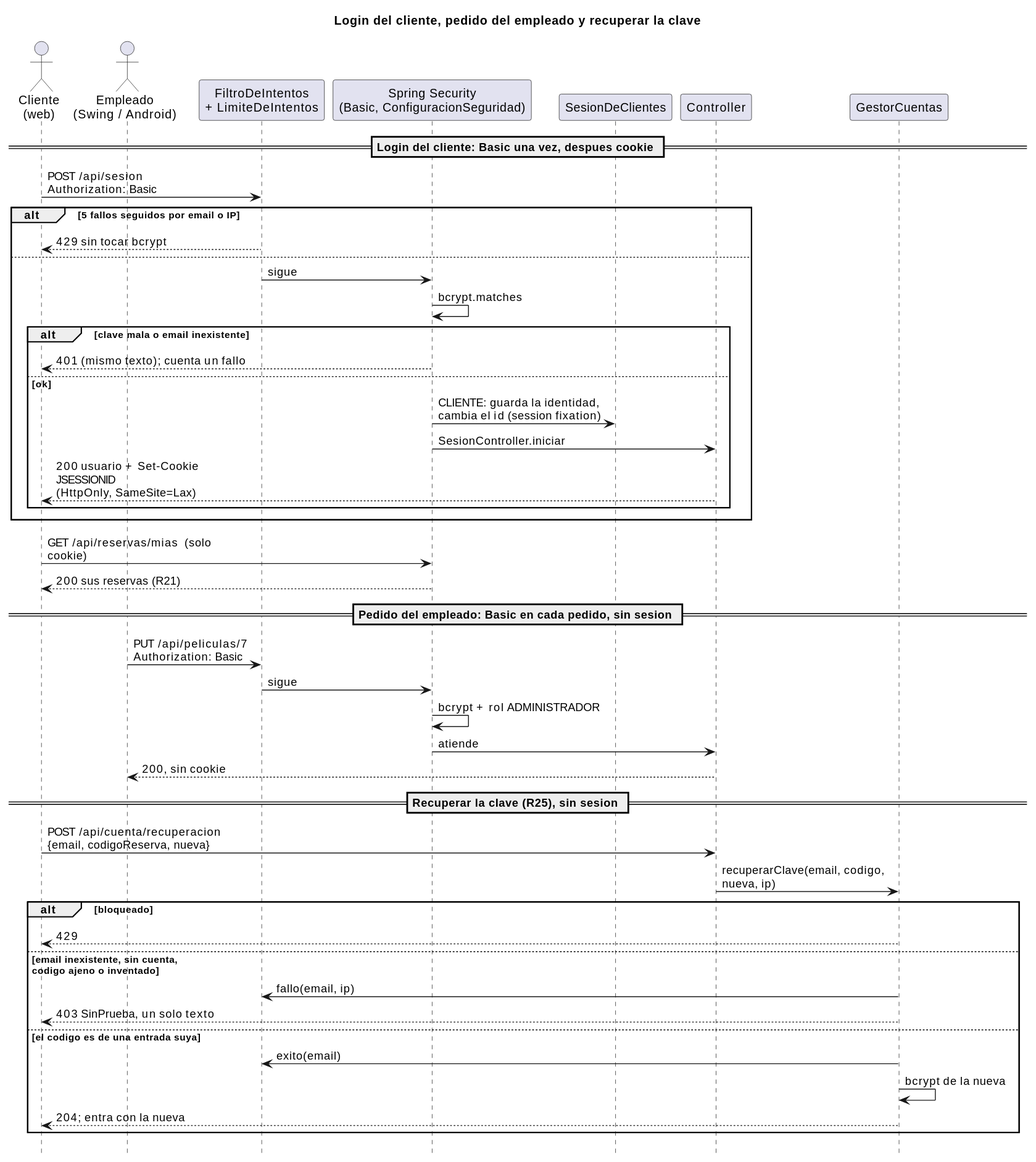
Before: _other/docs/diagramas/usuarios-sesiones.svg, a diagram exported from PlantUML (andreiveisuade/cine-uade).
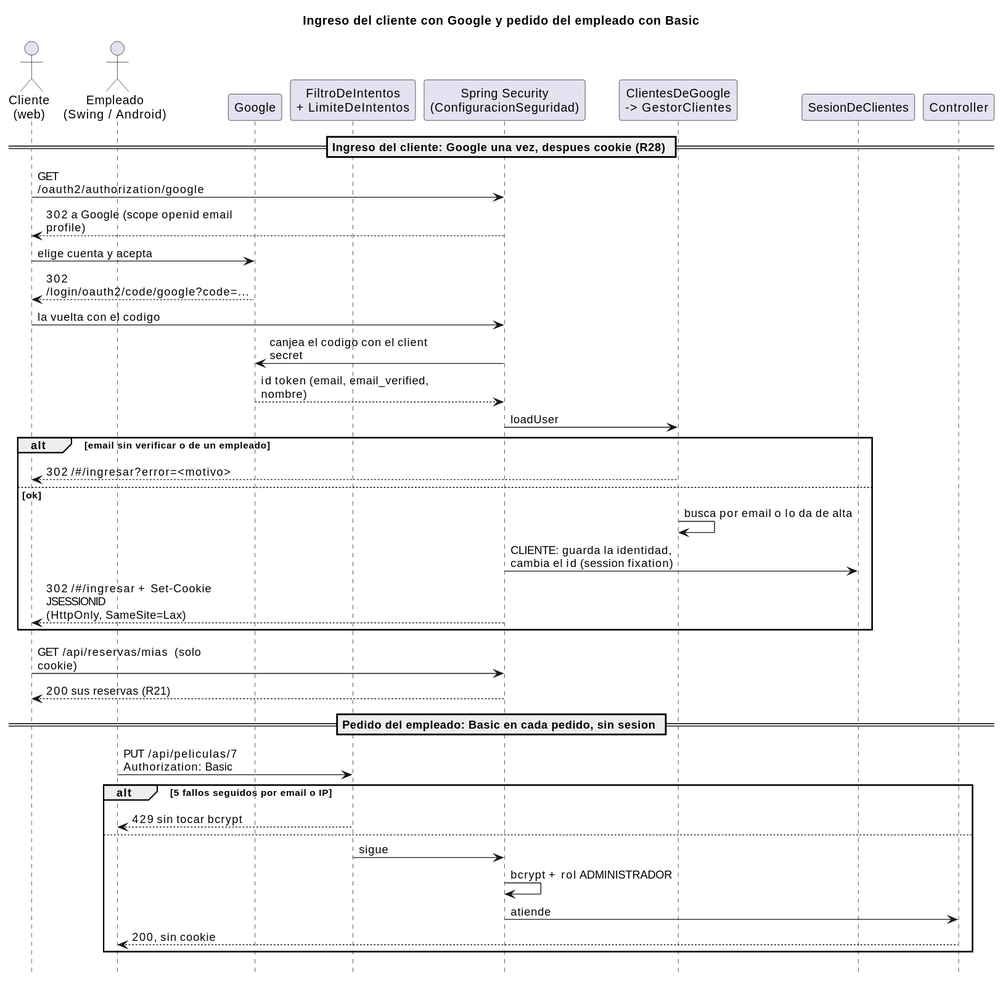
After the commit.

What changed in the source:
```diff
@@ -1,5 +1,5 @@
 @startuml
-title Login del cliente, pedido del empleado y recuperar la clave
+title Ingreso del cliente con Google y pedido del empleado con Basic
 
 skinparam sequenceMessageAlign left
 skinparam maxMessageSize 220
@@ -7,48 +7,40 @@
 
 actor "Cliente\n(web)" as CLI
 actor "Empleado\n(Swing / Android)" as EMP
+participant "Google" as GOO
 participant "FiltroDeIntentos\n+ LimiteDeIntentos" as LI
-participant "Spring Security\n(Basic, ConfiguracionSeguridad)" as SEC
+participant "Spring Security\n(ConfiguracionSeguridad)" as SEC
+participant "ClientesDeGoogle\n-> GestorClientes" as CDG
 participant "SesionDeClientes" as SES
 participant "Controller" as CTRL
-participant "GestorCuentas" as GCU
 
-== Login del cliente: Basic una vez, despues cookie ==
-CLI -> LI : POST /api/sesion\nAuthorization: Basic
-alt 5 fallos seguidos por email o IP
-  LI --> CLI : 429 sin tocar bcrypt
-else
-  LI -> SEC : sigue
-  SEC -> SEC : bcrypt.matches
-  alt clave mala o email inexistente
-    SEC --> CLI : 401 (mismo texto); cuenta un fallo
-  else ok
-    SEC -> SES : CLIENTE: guarda la identidad,\ncambia el id (session fixation)
-    SEC -> CTRL : SesionController.iniciar
-    CTRL --> CLI : 200 usuario + Set-Cookie JSESSIONID\n(HttpOnly, SameSite=Lax)
-  end
+== Ingreso del cliente: Google una vez, despues cookie (R28) ==
+CLI -> SEC : GET /oauth2/authorization/google
+SEC --> CLI : 302 a Google (scope openid email profile)
+CLI -> GOO : elige cuenta y acepta
+GOO --> CLI : 302 /login/oauth2/code/google?code=...
+CLI -> SEC : la vuelta con el codigo
+SEC -> GOO : canjea el codigo con el client secret
+GOO --> SEC : id token (email, email_verified, nombre)
+SEC -> CDG : loadUser
+alt email sin verificar o de un empleado
+  CDG --> CLI : 302 /#/ingresar?error=<motivo>
+else ok
+  CDG -> CDG : busca por email o lo da de alta
+  SEC -> SES : CLIENTE: guarda la identidad,\ncambia el id (session fixation)
+  SEC --> CLI : 302 /#/ingresar + Set-Cookie JSESSIONID\n(HttpOnly, SameSite=Lax)
 end
 CLI -> SEC : GET /api/reservas/mias  (solo cookie)
 SEC --> CLI : 200 sus reservas (R21)
 
 == Pedido del empleado: Basic en cada pedido, sin sesion ==
 EMP -> LI : PUT /api/peliculas/7\nAuthorization: Basic
-LI -> SEC : sigue
-SEC -> SEC : bcrypt + rol ADMINISTRADOR
-SEC -> CTRL : atiende
-CTRL --> EMP : 200, sin cookie
-
-== Recuperar la clave (R25), sin sesion ==
-CLI -> CTRL : POST /api/cuenta/recuperacion\n{email, codigoReserva, nueva}
-CTRL -> GCU : recuperarClave(email, codigo, nueva, ip)
-alt bloqueado
-  GCU --> CLI : 429
-else email inexistente, sin cuenta,\ncodigo ajeno o inventado
-  GCU -> LI : fallo(email, ip)
-  GCU --> CLI : 403 SinPrueba, un solo texto
-else el codigo es de una entrada suya
-  GCU -> LI : exito(email)
-  GCU -> GCU : bcrypt de la nueva
-  GCU --> CLI : 204; entra con la nueva
+alt 5 fallos seguidos por email o IP
+  LI --> EMP : 429 sin tocar bcrypt
+else
+  LI -> SEC : sigue
+  SEC -> SEC : bcrypt + rol ADMINISTRADOR
+  SEC -> CTRL : atiende
+  CTRL --> EMP : 200, sin cookie
 end
 @enduml
```
